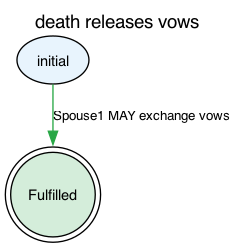
This is jl4/examples/state-graphs/deathreleasesvows.png from legalese/l4-ide, a Graphviz export, as it was before one commit. Its source is kept beside it as jl4/examples/state-graphs/deathreleasesvows.dot. The source it was exported from:
```dot
digraph {
    graph [rankdir=TB
          ,label="death releases vows"
          ,labelloc=t
          ,fontname=Helvetica
          ,fontsize=14];
    node [fontname=Helvetica
         ,fontsize=11];
    edge [fontname=Helvetica
         ,fontsize=10];
    0 [label=initial
      ,fillcolor=white
      ,style=filled
      ,shape=ellipse
      ,fillcolor="#e8f4fd"];
    1 [label=Fulfilled
      ,fillcolor=white
      ,style=filled
      ,shape=doublecircle
      ,fillcolor="#d4edda"];
    0 -> 1 [label="Spouse1 MAY exchange vows"
           ,color="#28a745"
           ,style=solid];
}
```
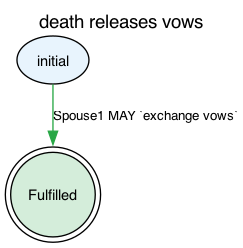
After the change.

What changed in the source:
```diff
@@ -18,7 +18,7 @@
       ,style=filled
       ,shape=doublecircle
       ,fillcolor="#d4edda"];
-    0 -> 1 [label="Spouse1 MAY exchange vows"
+    0 -> 1 [label="Spouse1 MAY `exchange vows`"
            ,color="#28a745"
            ,style=solid];
 }
```
